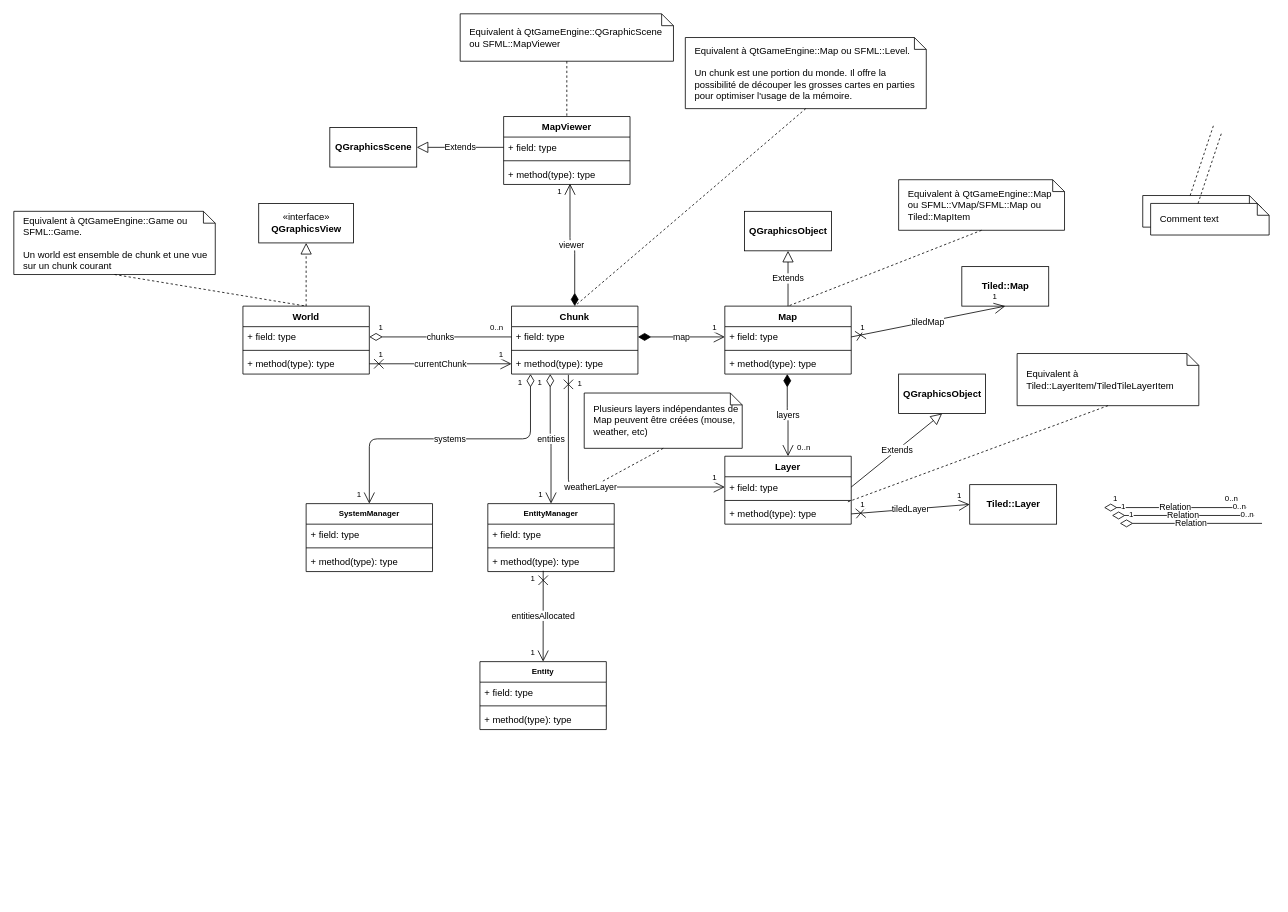
Above: doc/World_Diagram.drawio in josephgarnier/fast-sim-design (draw.io), before the change. Source tidied: cells renumbered, new cells numbered last; positions are measured from the earlier drawing's top-left corner, leaving out a move shared by most shapes. Both pictures are drawn from the tidied source at 79%, with x=0, y=0 at pixel (13, 13).
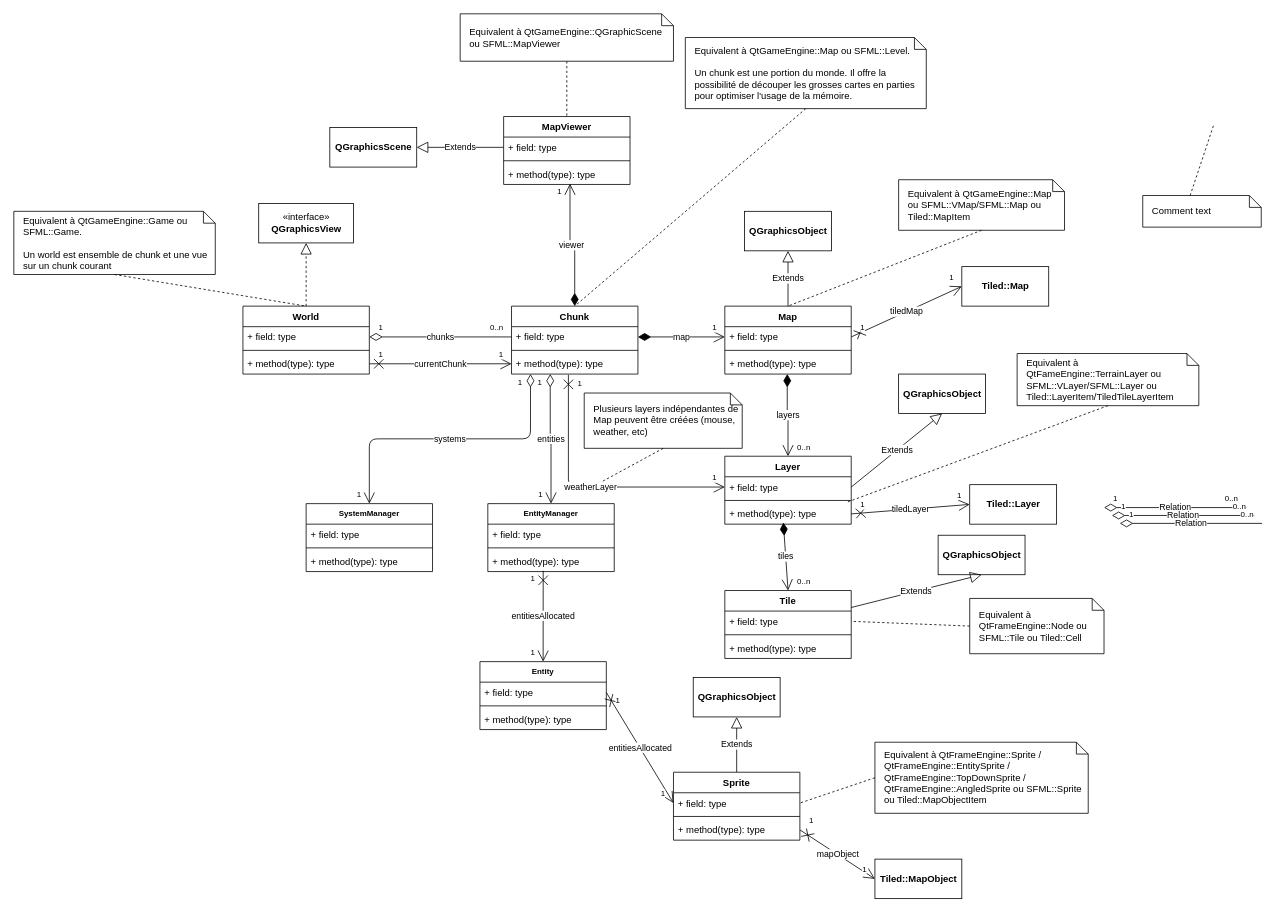
After the change.

Unchanged cells that the change refers to:
```xml
<mxCell id="3" value="+ field: type" style="text;strokeColor=none;fillColor=none;align=left;verticalAlign=top;spacingLeft=4;spacingRight=4;overflow=hidden;points=[[0,0.5],[1,0.5]];portConstraint=eastwest;" parent="2" vertex="1">
  <mxGeometry y="26" width="160" height="26" as="geometry" />
</mxCell>
<mxCell id="9" value="+ method(type): type" style="text;strokeColor=none;fillColor=none;align=left;verticalAlign=top;spacingLeft=4;spacingRight=4;overflow=hidden;points=[[0,0.5],[1,0.5]];portConstraint=eastwest;" parent="6" vertex="1">
  <mxGeometry y="60" width="160" height="26" as="geometry" />
</mxCell>
<mxCell id="60" value="+ field: type" style="text;strokeColor=none;fillColor=none;align=left;verticalAlign=top;spacingLeft=4;spacingRight=4;overflow=hidden;points=[[0,0.5],[1,0.5]];portConstraint=eastwest;" parent="59" vertex="1">
  <mxGeometry y="26" width="160" height="26" as="geometry" />
</mxCell>
<mxCell id="91" value="&lt;b&gt;Tiled::Map&lt;/b&gt;" style="html=1;align=center;" parent="1" vertex="1">
  <mxGeometry x="1200" y="320" width="110" height="50" as="geometry" />
</mxCell>
```

Change to the diagram source:
```diff
@@
-    <mxCell id="81" value="Comment text" style="shape=note;size=15;align=left;spacingLeft=10;html=1;whiteSpace=wrap;" parent="1" vertex="1">
-      <mxGeometry x="1439" y="240" width="150" height="40" as="geometry" />
+    <mxCell id="81" value="Equivalent à QtFrameEngine::Node ou SFML::Tile ou Tiled::Cell" style="shape=note;size=15;align=left;spacingLeft=10;html=1;whiteSpace=wrap;" parent="1" vertex="1">
+      <mxGeometry x="1210" y="740" width="170" height="70" as="geometry" />
     </mxCell>
-    <mxCell id="82" style="edgeStyle=none;endArrow=none;exitX=0.4;exitY=0;dashed=1;html=1;" parent="1" edge="1" source="81">
-      <mxGeometry x="1" relative="1" as="geometry">
-        <mxPoint x="1529" y="150" as="targetPoint" />
-      </mxGeometry>
+    <mxCell id="82" style="edgeStyle=none;endArrow=none;exitX=0;exitY=0.5;dashed=1;html=1;entryX=1;entryY=0.5;entryDx=0;entryDy=0;exitDx=0;exitDy=0;exitPerimeter=0;" parent="1" edge="1" source="81" target="102">
+      <mxGeometry x="1" relative="1" as="geometry" />
     </mxCell>
-    <mxCell id="83" value="Equivalent à Tiled::LayerItem/TiledTileLayerItem" style="shape=note;size=15;align=left;spacingLeft=10;html=1;whiteSpace=wrap;" parent="1" vertex="1">
+    <mxCell id="83" value="Equivalent à QtFameEngine::TerrainLayer ou SFML::VLayer/SFML::Layer ou Tiled::LayerItem/TiledTileLayerItem" style="shape=note;size=15;align=left;spacingLeft=10;html=1;whiteSpace=wrap;" parent="1" vertex="1">
       <mxGeometry x="1270" y="430" width="230" height="66" as="geometry" />
     </mxCell>
@@
-    <mxCell id="92" value="tiledMap" style="endArrow=open;html=1;endSize=12;startArrow=cross;startSize=10;startFill=0;endFill=0;exitX=1;exitY=0.5;exitDx=0;exitDy=0;align=center;targetPerimeterSpacing=0;entryX=0.5;entryY=1;entryDx=0;entryDy=0;sourcePerimeterSpacing=0;" parent="1" edge="1" source="3" target="91">
+    <mxCell id="92" value="tiledMap" style="endArrow=open;html=1;endSize=12;startArrow=cross;startSize=10;startFill=0;endFill=0;exitX=1;exitY=0.5;exitDx=0;exitDy=0;align=center;targetPerimeterSpacing=0;entryX=0;entryY=0.5;entryDx=0;entryDy=0;sourcePerimeterSpacing=0;" parent="1" edge="1" source="3" target="91">
       <mxGeometry relative="1" as="geometry" />
     </mxCell>
@@
+    <mxCell id="99" value="tiles" style="endArrow=open;html=1;endSize=12;startArrow=diamondThin;startSize=14;startFill=1;endFill=0;exitX=0.463;exitY=0.923;exitDx=0;exitDy=0;align=center;targetPerimeterSpacing=0;sourcePerimeterSpacing=0;exitPerimeter=0;entryX=0.5;entryY=0;entryDx=0;entryDy=0;" parent="1" edge="1" source="9" target="101">
+      <mxGeometry relative="1" as="geometry" />
+    </mxCell>
+    <mxCell id="100" value="0..n" style="html=1;align=left;verticalAlign=bottom;labelBackgroundColor=#ffffff;fontSize=10;spacing=0;spacingLeft=12;spacingRight=12;spacingTop=0;spacingBottom=6;" parent="99" vertex="1">
+      <mxGeometry x="1" relative="1" as="geometry" />
+    </mxCell>
+    <mxCell id="101" value="Tile" style="swimlane;fontStyle=1;align=center;verticalAlign=top;horizontal=1;startSize=26;" parent="1" vertex="1">
+      <mxGeometry x="900" y="730" width="160" height="86" as="geometry" />
+    </mxCell>
+    <mxCell id="102" value="+ field: type" style="text;strokeColor=none;fillColor=none;align=left;verticalAlign=top;spacingLeft=4;spacingRight=4;overflow=hidden;points=[[0,0.5],[1,0.5]];portConstraint=eastwest;" parent="101" vertex="1">
+      <mxGeometry y="26" width="160" height="26" as="geometry" />
+    </mxCell>
+    <mxCell id="103" style="line;strokeWidth=1;fillColor=none;align=left;verticalAlign=middle;spacingTop=-1;spacingLeft=3;spacingRight=3;labelPosition=right;" parent="101" vertex="1">
+      <mxGeometry y="52" width="160" height="8" as="geometry" />
+    </mxCell>
+    <mxCell id="104" value="+ method(type): type" style="text;strokeColor=none;fillColor=none;align=left;verticalAlign=top;spacingLeft=4;spacingRight=4;overflow=hidden;" parent="101" vertex="1">
+      <mxGeometry y="60" width="160" height="26" as="geometry" />
+    </mxCell>
+    <mxCell id="105" value="&lt;b&gt;QGraphicsObject&lt;/b&gt;" style="html=1;align=center;" parent="1" vertex="1">
+      <mxGeometry x="1170" y="660" width="110" height="50" as="geometry" />
+    </mxCell>
+    <mxCell id="106" value="Extends" style="endArrow=block;endSize=12;endFill=0;html=1;align=center;exitX=1;exitY=0.25;exitDx=0;exitDy=0;entryX=0.5;entryY=1;entryDx=0;entryDy=0;startSize=0;" parent="1" edge="1" source="101" target="105">
+      <mxGeometry relative="1" as="geometry" />
+    </mxCell>
+    <mxCell id="107" value="&lt;b&gt;QGraphicsObject&lt;/b&gt;" style="html=1;align=center;" parent="1" vertex="1">
+      <mxGeometry x="860" y="840" width="110" height="50" as="geometry" />
+    </mxCell>
+    <mxCell id="108" value="Extends" style="endArrow=block;endSize=12;endFill=0;html=1;align=center;exitX=0.5;exitY=0;exitDx=0;exitDy=0;entryX=0.5;entryY=1;entryDx=0;entryDy=0;startSize=0;" parent="1" edge="1" source="112" target="107">
+      <mxGeometry relative="1" as="geometry" />
+    </mxCell>
+    <mxCell id="109" value="entitiesAllocated" style="endArrow=open;html=1;endSize=12;startArrow=cross;startSize=10;startFill=0;endFill=0;align=center;targetPerimeterSpacing=0;entryX=0;entryY=0.5;entryDx=0;entryDy=0;sourcePerimeterSpacing=0;exitX=1;exitY=0.5;exitDx=0;exitDy=0;" parent="1" edge="1" source="60" target="113">
+      <mxGeometry relative="1" as="geometry" />
+    </mxCell>
+    <mxCell id="110" value="1" style="align=left;verticalAlign=top;labelBackgroundColor=#ffffff;fontSize=10;spacing=0;spacingLeft=12;spacingBottom=6;spacingRight=12;html=1;" parent="109" vertex="1">
+      <mxGeometry x="-1" relative="1" as="geometry" />
+    </mxCell>
+    <mxCell id="111" value="1" style="html=1;align=right;verticalAlign=bottom;labelBackgroundColor=#ffffff;fontSize=10;spacing=0;spacingLeft=12;spacingRight=12;spacingTop=0;spacingBottom=6;" parent="109" vertex="1">
+      <mxGeometry x="1" relative="1" as="geometry" />
+    </mxCell>
+    <mxCell id="112" value="Sprite" style="swimlane;fontStyle=1;align=center;verticalAlign=top;horizontal=1;startSize=26;" parent="1" vertex="1">
+      <mxGeometry x="835" y="960" width="160" height="86" as="geometry" />
+    </mxCell>
+    <mxCell id="113" value="+ field: type" style="text;strokeColor=none;fillColor=none;align=left;verticalAlign=top;spacingLeft=4;spacingRight=4;overflow=hidden;points=[[0,0.5],[1,0.5]];portConstraint=eastwest;" parent="112" vertex="1">
+      <mxGeometry y="26" width="160" height="26" as="geometry" />
+    </mxCell>
+    <mxCell id="114" style="line;strokeWidth=1;fillColor=none;align=left;verticalAlign=middle;spacingTop=-1;spacingLeft=3;spacingRight=3;labelPosition=right;" parent="112" vertex="1">
+      <mxGeometry y="52" width="160" height="8" as="geometry" />
+    </mxCell>
+    <mxCell id="115" value="+ method(type): type" style="text;strokeColor=none;fillColor=none;align=left;verticalAlign=top;spacingLeft=4;spacingRight=4;overflow=hidden;points=[[0,0.5],[1,0.5]];portConstraint=eastwest;" parent="112" vertex="1">
+      <mxGeometry y="60" width="160" height="26" as="geometry" />
+    </mxCell>
+    <mxCell id="116" value="Equivalent à QtFrameEngine::Sprite / QtFrameEngine::EntitySprite / QtFrameEngine::TopDownSprite / QtFrameEngine::AngledSprite ou&amp;nbsp;SFML::Sprite ou Tiled::MapObjectItem" style="shape=note;size=15;align=left;spacingLeft=10;html=1;whiteSpace=wrap;" parent="1" vertex="1">
+      <mxGeometry x="1090" y="922" width="270" height="90" as="geometry" />
+    </mxCell>
+    <mxCell id="117" style="edgeStyle=none;endArrow=none;exitX=0;exitY=0.5;dashed=1;html=1;entryX=1;entryY=0.5;entryDx=0;entryDy=0;exitDx=0;exitDy=0;exitPerimeter=0;" parent="1" edge="1" source="116" target="113">
+      <mxGeometry x="1" relative="1" as="geometry" />
+    </mxCell>
+    <mxCell id="118" value="&lt;b&gt;Tiled::MapObject&lt;/b&gt;" style="html=1;align=center;" parent="1" vertex="1">
+      <mxGeometry x="1090" y="1070" width="110" height="50" as="geometry" />
+    </mxCell>
+    <mxCell id="119" value="mapObject" style="endArrow=open;html=1;endSize=12;startArrow=cross;startSize=10;startFill=0;endFill=0;exitX=1;exitY=0.5;exitDx=0;exitDy=0;align=center;targetPerimeterSpacing=0;entryX=0;entryY=0.5;entryDx=0;entryDy=0;sourcePerimeterSpacing=0;" parent="1" edge="1" source="115" target="118">
+      <mxGeometry relative="1" as="geometry" />
+    </mxCell>
+    <mxCell id="120" value="1" style="align=left;verticalAlign=bottom;labelBackgroundColor=#ffffff;fontSize=10;spacing=0;spacingLeft=12;spacingBottom=6;spacingRight=12;html=1;" parent="119" vertex="1">
+      <mxGeometry x="-1" relative="1" as="geometry" />
+    </mxCell>
+    <mxCell id="121" value="1" style="html=1;align=right;verticalAlign=bottom;labelBackgroundColor=#ffffff;fontSize=10;spacing=0;spacingLeft=12;spacingRight=12;spacingTop=0;spacingBottom=6;" parent="119" vertex="1">
+      <mxGeometry x="1" relative="1" as="geometry" />
+    </mxCell>
```
